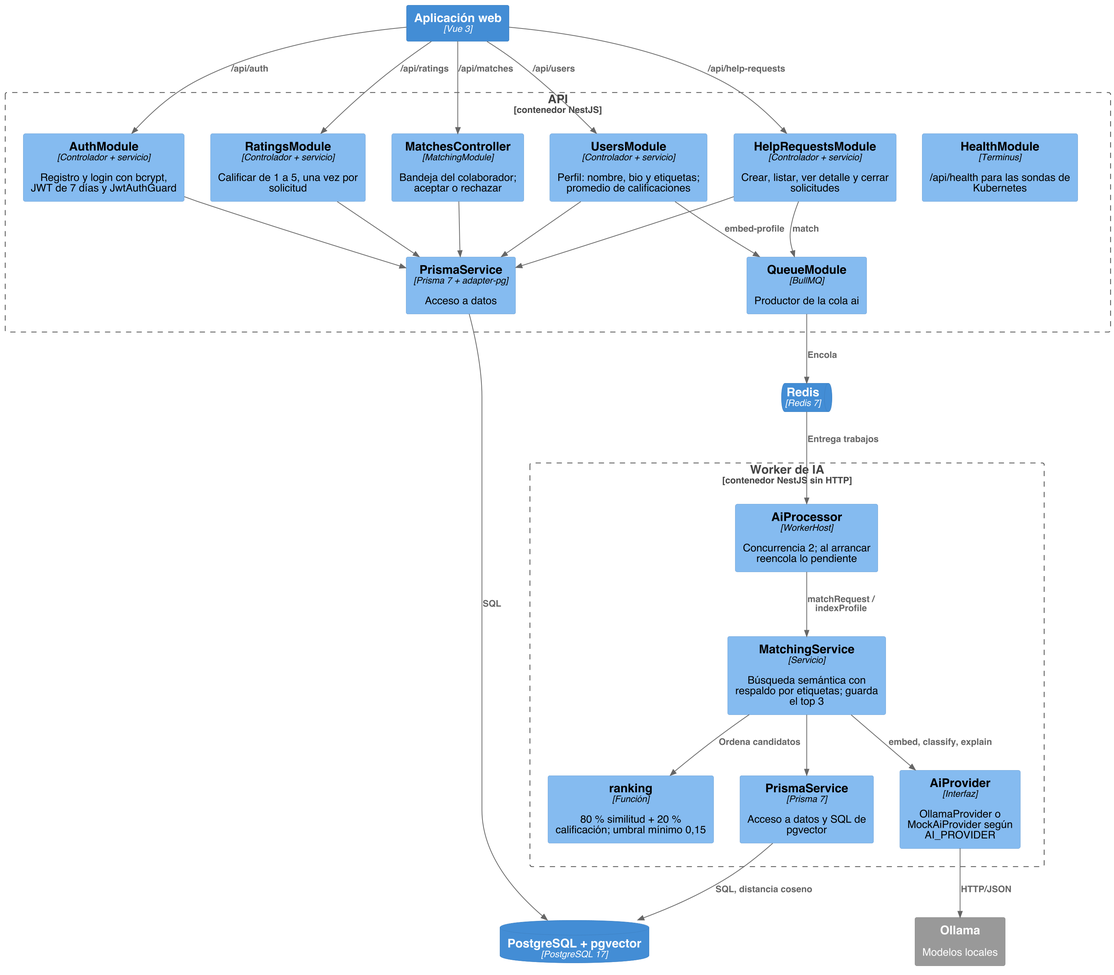
juanjosegl/RedNexus-Platform keeps this PlantUML diagram as docs/arquitectura/img/03-c4-componentes.png. Above is the earlier version.
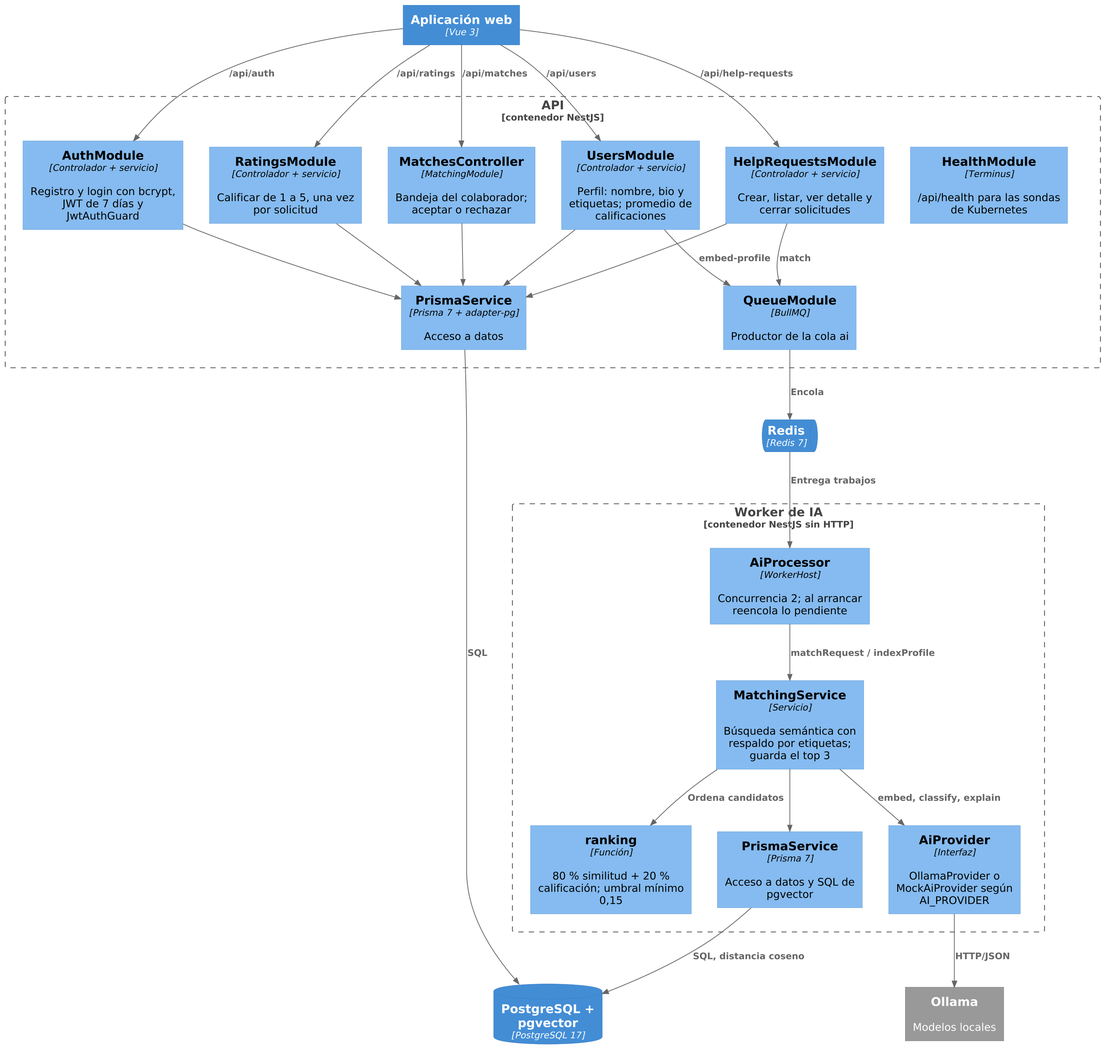
After the change.

What changed in the source:
```diff
@@ -1,4 +1,4 @@
-@startuml 03-c4-componentes
+@startuml
 !include <C4/C4_Component>
 skinparam dpi 200
 skinparam defaultFontName "Helvetica"
```
